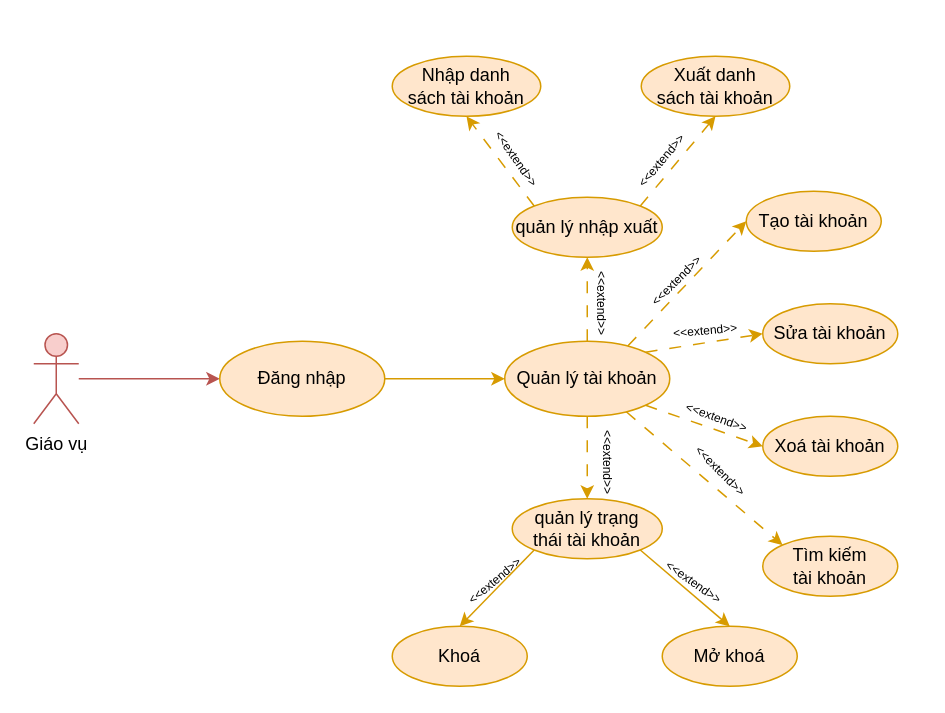
Before: document/temp/draw/usecase_phanra/usecase_taikhoan.drawio in copecute/Edudex-Quiz, a draw.io diagram. Source tidied: cells renumbered, new cells numbered last; positions are measured from the earlier drawing's top-left corner, leaving out a move shared by most shapes. Both pictures are drawn from the tidied source at 150%, with x=0, y=0 at pixel (33, 56).
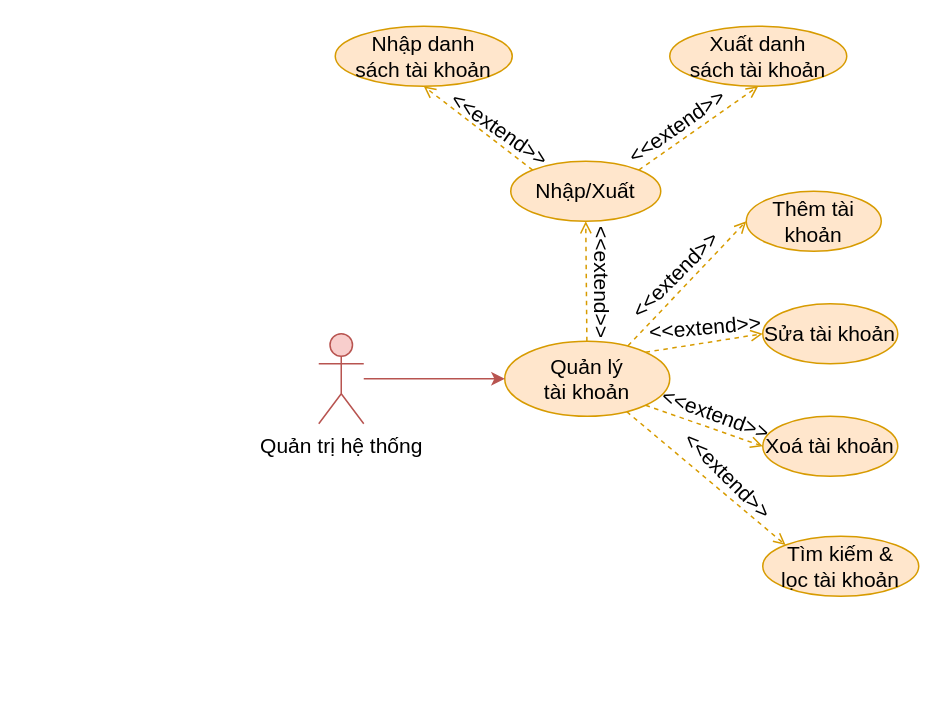
The same diagram, later.

What changed in the source:
```diff
@@
-    <mxCell id="2" style="rounded=0;jettySize=auto;html=1;entryX=0;entryY=0;entryDx=0;entryDy=0;fillColor=#ffe6cc;strokeColor=#d79b00;dashed=1;dashPattern=8 8;" parent="1" edge="1" source="5" target="12">
-      <mxGeometry relative="1" as="geometry" />
-    </mxCell>
-    <mxCell id="3" style="edgeStyle=orthogonalEdgeStyle;rounded=0;jettySize=auto;html=1;entryX=0.5;entryY=0;entryDx=0;entryDy=0;fillColor=#ffe6cc;strokeColor=#d79b00;dashed=1;dashPattern=8 8;" parent="1" edge="1" source="5" target="19">
-      <mxGeometry relative="1" as="geometry" />
-    </mxCell>
-    <mxCell id="4" style="rounded=0;jettySize=auto;html=1;entryX=0.5;entryY=1;entryDx=0;entryDy=0;fillColor=#ffe6cc;strokeColor=#d79b00;dashed=1;dashPattern=8 8;" parent="1" edge="1" source="5" target="27">
-      <mxGeometry relative="1" as="geometry" />
-    </mxCell>
+    <mxCell id="37" style="rounded=0;jettySize=auto;html=1;entryX=0;entryY=0;entryDx=0;entryDy=0;fillColor=#ffe6cc;strokeColor=#d79b00;dashed=1;fontSize=14;endArrow=open;endFill=0;" parent="1" edge="1" source="5" target="41">
+      <mxGeometry relative="1" as="geometry" />
+    </mxCell>
+    <mxCell id="38" style="rounded=0;jettySize=auto;html=1;entryX=0.5;entryY=1;entryDx=0;entryDy=0;fillColor=#ffe6cc;strokeColor=#d79b00;dashed=1;fontSize=14;endArrow=open;endFill=0;" parent="1" edge="1" source="5" target="48">
+      <mxGeometry relative="1" as="geometry" />
+    </mxCell>
-    <mxCell id="5" value="Quản lý tài khoản" style="ellipse;whiteSpace=wrap;html=1;fillColor=#ffe6cc;strokeColor=#d79b00;" parent="1" vertex="1">
+    <mxCell id="5" value="Quản lý&lt;br&gt;tài khoản" style="ellipse;whiteSpace=wrap;html=1;fillColor=#ffe6cc;strokeColor=#d79b00;fontSize=14;" parent="1" vertex="1">
       <mxGeometry x="314" y="190" width="110" height="50" as="geometry" />
     </mxCell>
-    <mxCell id="6" style="rounded=0;jettySize=auto;html=1;entryX=0;entryY=0.5;entryDx=0;entryDy=0;fillColor=#ffe6cc;strokeColor=#d79b00;exitX=0.747;exitY=0.061;exitDx=0;exitDy=0;exitPerimeter=0;dashed=1;dashPattern=8 8;" parent="1" edge="1" source="5" target="9">
-      <mxGeometry relative="1" as="geometry" />
-    </mxCell>
+    <mxCell id="39" style="rounded=0;jettySize=auto;html=1;entryX=0;entryY=0.5;entryDx=0;entryDy=0;fillColor=#ffe6cc;strokeColor=#d79b00;exitX=0.747;exitY=0.061;exitDx=0;exitDy=0;exitPerimeter=0;dashed=1;fontSize=14;endArrow=open;endFill=0;" parent="1" edge="1" source="5" target="40">
+      <mxGeometry relative="1" as="geometry" />
+    </mxCell>
-    <mxCell id="7" style="rounded=0;jettySize=auto;html=1;entryX=0;entryY=0.5;entryDx=0;entryDy=0;fillColor=#ffe6cc;strokeColor=#d79b00;exitX=1;exitY=0;exitDx=0;exitDy=0;dashed=1;dashPattern=8 8;" parent="1" edge="1" source="5" target="10">
+    <mxCell id="7" style="rounded=0;jettySize=auto;html=1;entryX=0;entryY=0.5;entryDx=0;entryDy=0;fillColor=#ffe6cc;strokeColor=#d79b00;exitX=1;exitY=0;exitDx=0;exitDy=0;dashed=1;fontSize=14;endArrow=open;endFill=0;" parent="1" edge="1" source="5" target="10">
       <mxGeometry relative="1" as="geometry" />
     </mxCell>
-    <mxCell id="8" style="rounded=0;jettySize=auto;html=1;exitX=1;exitY=1;exitDx=0;exitDy=0;entryX=0;entryY=0.5;entryDx=0;entryDy=0;fillColor=#ffe6cc;strokeColor=#d79b00;dashed=1;dashPattern=8 8;" parent="1" edge="1" source="5" target="11">
+    <mxCell id="8" style="rounded=0;jettySize=auto;html=1;exitX=1;exitY=1;exitDx=0;exitDy=0;entryX=0;entryY=0.5;entryDx=0;entryDy=0;fillColor=#ffe6cc;strokeColor=#d79b00;dashed=1;fontSize=14;endArrow=open;endFill=0;" parent="1" edge="1" source="5" target="11">
       <mxGeometry relative="1" as="geometry" />
     </mxCell>
-    <mxCell id="9" value="Tạo tài khoản" style="ellipse;whiteSpace=wrap;html=1;fillColor=#ffe6cc;strokeColor=#d79b00;" parent="1" vertex="1">
-      <mxGeometry x="475" y="90" width="90" height="40" as="geometry" />
-    </mxCell>
+    <mxCell id="40" value="Thêm tài khoản" style="ellipse;whiteSpace=wrap;html=1;fillColor=#ffe6cc;strokeColor=#d79b00;fontSize=14;" parent="1" vertex="1">
+      <mxGeometry x="475" y="90" width="90" height="40" as="geometry" />
+    </mxCell>
-    <mxCell id="10" value="Sửa tài khoản" style="ellipse;whiteSpace=wrap;html=1;fillColor=#ffe6cc;strokeColor=#d79b00;" parent="1" vertex="1">
+    <mxCell id="10" value="Sửa tài khoản" style="ellipse;whiteSpace=wrap;html=1;fillColor=#ffe6cc;strokeColor=#d79b00;fontSize=14;" parent="1" vertex="1">
       <mxGeometry x="486" y="165" width="90" height="40" as="geometry" />
     </mxCell>
-    <mxCell id="11" value="Xoá tài khoản" style="ellipse;whiteSpace=wrap;html=1;fillColor=#ffe6cc;strokeColor=#d79b00;" parent="1" vertex="1">
+    <mxCell id="11" value="Xoá tài khoản" style="ellipse;whiteSpace=wrap;html=1;fillColor=#ffe6cc;strokeColor=#d79b00;fontSize=14;" parent="1" vertex="1">
       <mxGeometry x="486" y="240" width="90" height="40" as="geometry" />
     </mxCell>
-    <mxCell id="12" value="Tìm kiếm&lt;br&gt;tài khoản" style="ellipse;whiteSpace=wrap;html=1;fillColor=#ffe6cc;strokeColor=#d79b00;" parent="1" vertex="1">
-      <mxGeometry x="486" y="320" width="90" height="40" as="geometry" />
-    </mxCell>
-    <mxCell id="13" value="&lt;font style=&quot;font-size: 8px;&quot;&gt;&amp;lt;&amp;lt;extend&amp;gt;&amp;gt;&lt;/font&gt;" style="text;html=1;strokeColor=none;fillColor=none;align=center;verticalAlign=middle;whiteSpace=wrap;rounded=0;rotation=-45;" parent="1" vertex="1">
-      <mxGeometry x="398" y="134" width="60" height="30" as="geometry" />
-    </mxCell>
-    <mxCell id="14" value="&lt;font style=&quot;font-size: 8px;&quot;&gt;&amp;lt;&amp;lt;extend&amp;gt;&amp;gt;&lt;/font&gt;" style="text;html=1;strokeColor=none;fillColor=none;align=center;verticalAlign=middle;whiteSpace=wrap;rounded=0;rotation=-5;" parent="1" vertex="1">
-      <mxGeometry x="418" y="167" width="60" height="30" as="geometry" />
-    </mxCell>
-    <mxCell id="15" value="&lt;font style=&quot;font-size: 8px;&quot;&gt;&amp;lt;&amp;lt;extend&amp;gt;&amp;gt;&lt;/font&gt;" style="text;html=1;strokeColor=none;fillColor=none;align=center;verticalAlign=middle;whiteSpace=wrap;rounded=0;rotation=20;" parent="1" vertex="1">
-      <mxGeometry x="426" y="225" width="60" height="30" as="geometry" />
-    </mxCell>
-    <mxCell id="16" value="&lt;font style=&quot;font-size: 8px;&quot;&gt;&amp;lt;&amp;lt;extend&amp;gt;&amp;gt;&lt;/font&gt;" style="text;html=1;strokeColor=none;fillColor=none;align=center;verticalAlign=middle;whiteSpace=wrap;rounded=0;rotation=45;" parent="1" vertex="1">
-      <mxGeometry x="429" y="261" width="60" height="30" as="geometry" />
-    </mxCell>
-    <mxCell id="17" style="rounded=0;jettySize=auto;html=1;exitX=0;exitY=1;exitDx=0;exitDy=0;entryX=0.5;entryY=0;entryDx=0;entryDy=0;fillColor=#ffe6cc;strokeColor=#d79b00;" parent="1" edge="1" source="19" target="21">
-      <mxGeometry relative="1" as="geometry" />
-    </mxCell>
-    <mxCell id="18" style="rounded=0;jettySize=auto;html=1;exitX=1;exitY=1;exitDx=0;exitDy=0;entryX=0.5;entryY=0;entryDx=0;entryDy=0;fillColor=#ffe6cc;strokeColor=#d79b00;" parent="1" edge="1" source="19" target="22">
-      <mxGeometry relative="1" as="geometry" />
-    </mxCell>
-    <mxCell id="19" value="quản lý trạng&lt;br&gt;thái tài khoản" style="ellipse;whiteSpace=wrap;html=1;fillColor=#ffe6cc;strokeColor=#d79b00;" parent="1" vertex="1">
-      <mxGeometry x="319" y="295" width="100" height="40" as="geometry" />
-    </mxCell>
-    <mxCell id="20" value="&lt;font style=&quot;font-size: 8px;&quot;&gt;&amp;lt;&amp;lt;extend&amp;gt;&amp;gt;&lt;/font&gt;" style="text;html=1;strokeColor=none;fillColor=none;align=center;verticalAlign=middle;whiteSpace=wrap;rounded=0;rotation=90;" parent="1" vertex="1">
-      <mxGeometry x="354" y="256" width="60" height="30" as="geometry" />
-    </mxCell>
-    <mxCell id="21" value="Khoá" style="ellipse;whiteSpace=wrap;html=1;fillColor=#ffe6cc;strokeColor=#d79b00;" parent="1" vertex="1">
-      <mxGeometry x="239" y="380" width="90" height="40" as="geometry" />
-    </mxCell>
-    <mxCell id="22" value="Mở khoá" style="ellipse;whiteSpace=wrap;html=1;fillColor=#ffe6cc;strokeColor=#d79b00;" parent="1" vertex="1">
-      <mxGeometry x="419" y="380" width="90" height="40" as="geometry" />
-    </mxCell>
-    <mxCell id="23" value="&lt;font style=&quot;font-size: 8px;&quot;&gt;&amp;lt;&amp;lt;extend&amp;gt;&amp;gt;&lt;/font&gt;" style="text;html=1;strokeColor=none;fillColor=none;align=center;verticalAlign=middle;whiteSpace=wrap;rounded=0;rotation=-40;" parent="1" vertex="1">
-      <mxGeometry x="277" y="334" width="60" height="30" as="geometry" />
-    </mxCell>
-    <mxCell id="24" value="&lt;font style=&quot;font-size: 8px;&quot;&gt;&amp;lt;&amp;lt;extend&amp;gt;&amp;gt;&lt;/font&gt;" style="text;html=1;strokeColor=none;fillColor=none;align=center;verticalAlign=middle;whiteSpace=wrap;rounded=0;rotation=35;" parent="1" vertex="1">
-      <mxGeometry x="411" y="335" width="60" height="30" as="geometry" />
-    </mxCell>
-    <mxCell id="25" style="rounded=0;jettySize=auto;html=1;exitX=0;exitY=0;exitDx=0;exitDy=0;entryX=0.5;entryY=1;entryDx=0;entryDy=0;dashed=1;dashPattern=8 8;fillColor=#ffe6cc;strokeColor=#d79b00;" parent="1" edge="1" source="27" target="30">
-      <mxGeometry relative="1" as="geometry" />
-    </mxCell>
-    <mxCell id="26" style="rounded=0;jettySize=auto;html=1;exitX=1;exitY=0;exitDx=0;exitDy=0;entryX=0.5;entryY=1;entryDx=0;entryDy=0;dashed=1;dashPattern=8 8;fillColor=#ffe6cc;strokeColor=#d79b00;" parent="1" edge="1" source="27" target="29">
-      <mxGeometry relative="1" as="geometry" />
-    </mxCell>
-    <mxCell id="27" value="quản lý nhập xuất" style="ellipse;whiteSpace=wrap;html=1;fillColor=#ffe6cc;strokeColor=#d79b00;" parent="1" vertex="1">
-      <mxGeometry x="319" y="94" width="100" height="40" as="geometry" />
-    </mxCell>
-    <mxCell id="28" value="&lt;font style=&quot;font-size: 8px;&quot;&gt;&amp;lt;&amp;lt;extend&amp;gt;&amp;gt;&lt;/font&gt;" style="text;html=1;strokeColor=none;fillColor=none;align=center;verticalAlign=middle;whiteSpace=wrap;rounded=0;rotation=90;" parent="1" vertex="1">
-      <mxGeometry x="350" y="150" width="60" height="30" as="geometry" />
-    </mxCell>
+    <mxCell id="41" value="Tìm kiếm &amp;amp;&lt;br&gt;lọc tài khoản" style="ellipse;whiteSpace=wrap;html=1;fillColor=#ffe6cc;strokeColor=#d79b00;fontSize=14;" parent="1" vertex="1">
+      <mxGeometry x="486" y="320" width="104" height="40" as="geometry" />
+    </mxCell>
+    <mxCell id="42" value="&lt;font style=&quot;font-size: 14px;&quot;&gt;&amp;lt;&amp;lt;extend&amp;gt;&amp;gt;&lt;/font&gt;" style="text;html=1;strokeColor=none;fillColor=none;align=center;verticalAlign=middle;whiteSpace=wrap;rounded=0;rotation=-45;fontSize=14;" parent="1" vertex="1">
+      <mxGeometry x="398" y="131" width="60" height="30" as="geometry" />
+    </mxCell>
+    <mxCell id="43" value="&lt;font style=&quot;font-size: 14px;&quot;&gt;&amp;lt;&amp;lt;extend&amp;gt;&amp;gt;&lt;/font&gt;" style="text;html=1;strokeColor=none;fillColor=none;align=center;verticalAlign=middle;whiteSpace=wrap;rounded=0;rotation=-5;fontSize=14;" parent="1" vertex="1">
+      <mxGeometry x="418" y="166" width="60" height="30" as="geometry" />
+    </mxCell>
+    <mxCell id="44" value="&lt;font style=&quot;font-size: 14px;&quot;&gt;&amp;lt;&amp;lt;extend&amp;gt;&amp;gt;&lt;/font&gt;" style="text;html=1;strokeColor=none;fillColor=none;align=center;verticalAlign=middle;whiteSpace=wrap;rounded=0;rotation=20;fontSize=14;" parent="1" vertex="1">
+      <mxGeometry x="425" y="224" width="60" height="30" as="geometry" />
+    </mxCell>
+    <mxCell id="45" value="&lt;font style=&quot;font-size: 14px;&quot;&gt;&amp;lt;&amp;lt;extend&amp;gt;&amp;gt;&lt;/font&gt;" style="text;html=1;strokeColor=none;fillColor=none;align=center;verticalAlign=middle;whiteSpace=wrap;rounded=0;rotation=45;fontSize=14;" parent="1" vertex="1">
+      <mxGeometry x="433" y="265" width="60" height="30" as="geometry" />
+    </mxCell>
+    <mxCell id="46" style="rounded=0;jettySize=auto;html=1;exitX=0;exitY=0;exitDx=0;exitDy=0;dashed=1;fillColor=#ffe6cc;strokeColor=#d79b00;fontSize=14;endArrow=open;endFill=0;" parent="1" edge="1" source="48">
+      <mxGeometry relative="1" as="geometry">
+        <mxPoint x="260" y="20" as="targetPoint" />
+      </mxGeometry>
+    </mxCell>
+    <mxCell id="47" style="rounded=0;jettySize=auto;html=1;exitX=1;exitY=0;exitDx=0;exitDy=0;dashed=1;fillColor=#ffe6cc;strokeColor=#d79b00;fontSize=14;entryX=0.5;entryY=1;entryDx=0;entryDy=0;endArrow=open;endFill=0;" parent="1" edge="1" source="48" target="29">
+      <mxGeometry relative="1" as="geometry" />
+    </mxCell>
+    <mxCell id="48" value="Nhập/Xuất" style="ellipse;whiteSpace=wrap;html=1;fillColor=#ffe6cc;strokeColor=#d79b00;fontSize=14;" parent="1" vertex="1">
+      <mxGeometry x="318" y="70" width="100" height="40" as="geometry" />
+    </mxCell>
+    <mxCell id="49" value="&lt;font style=&quot;font-size: 14px;&quot;&gt;&amp;lt;&amp;lt;extend&amp;gt;&amp;gt;&lt;/font&gt;" style="text;html=1;strokeColor=none;fillColor=none;align=center;verticalAlign=middle;whiteSpace=wrap;rounded=0;rotation=90;fontSize=14;" parent="1" vertex="1">
+      <mxGeometry x="349" y="136" width="60" height="30" as="geometry" />
+    </mxCell>
+    <mxCell id="30" value="Nhập danh&lt;br style=&quot;font-size: 14px;&quot;&gt;sách tài khoản" style="ellipse;whiteSpace=wrap;html=1;fillColor=#ffe6cc;strokeColor=#d79b00;fontSize=14;" parent="1" vertex="1">
+      <mxGeometry x="201" y="-20" width="118" height="40" as="geometry" />
+    </mxCell>
+    <mxCell id="50" value="&lt;font style=&quot;font-size: 14px;&quot;&gt;&amp;lt;&amp;lt;extend&amp;gt;&amp;gt;&lt;/font&gt;" style="text;html=1;strokeColor=none;fillColor=none;align=center;verticalAlign=middle;whiteSpace=wrap;rounded=0;rotation=35;fontSize=14;" parent="1" vertex="1">
+      <mxGeometry x="281" y="34" width="60" height="30" as="geometry" />
+    </mxCell>
+    <mxCell id="51" value="&lt;font style=&quot;font-size: 14px;&quot;&gt;&amp;lt;&amp;lt;extend&amp;gt;&amp;gt;&lt;/font&gt;" style="text;html=1;strokeColor=none;fillColor=none;align=center;verticalAlign=middle;whiteSpace=wrap;rounded=0;rotation=-35;fontSize=14;" parent="1" vertex="1">
+      <mxGeometry x="399" y="32" width="60" height="30" as="geometry" />
+    </mxCell>
+    <mxCell id="52" style="rounded=0;jettySize=auto;html=1;entryX=0;entryY=0.5;entryDx=0;entryDy=0;fillColor=#f8cecc;strokeColor=#b85450;fontSize=14;" parent="1" edge="1" source="53">
+      <mxGeometry relative="1" as="geometry">
+        <mxPoint x="314" y="215" as="targetPoint" />
+      </mxGeometry>
+    </mxCell>
+    <mxCell id="53" value="Quản trị hệ thống" style="shape=umlActor;verticalLabelPosition=bottom;verticalAlign=top;html=1;outlineConnect=0;fillColor=#f8cecc;strokeColor=#b85450;fontSize=14;" parent="1" vertex="1">
+      <mxGeometry x="190" y="185" width="30" height="60" as="geometry" />
+    </mxCell>
-    <mxCell id="29" value="Xuất danh&lt;br&gt;sách tài khoản" style="ellipse;whiteSpace=wrap;html=1;fillColor=#ffe6cc;strokeColor=#d79b00;" parent="1" vertex="1">
-      <mxGeometry x="405" width="99" height="40" as="geometry" />
+    <mxCell id="29" value="Xuất danh&lt;br style=&quot;font-size: 14px;&quot;&gt;sách tài khoản" style="ellipse;whiteSpace=wrap;html=1;fillColor=#ffe6cc;strokeColor=#d79b00;fontSize=14;" parent="1" vertex="1">
+      <mxGeometry x="424" y="-20" width="118" height="40" as="geometry" />
     </mxCell>
-    <mxCell id="30" value="Nhập danh&lt;br&gt;sách tài khoản" style="ellipse;whiteSpace=wrap;html=1;fillColor=#ffe6cc;strokeColor=#d79b00;" parent="1" vertex="1">
-      <mxGeometry x="239" width="99" height="40" as="geometry" />
-    </mxCell>
-    <mxCell id="31" value="&lt;font style=&quot;font-size: 8px;&quot;&gt;&amp;lt;&amp;lt;extend&amp;gt;&amp;gt;&lt;/font&gt;" style="text;html=1;strokeColor=none;fillColor=none;align=center;verticalAlign=middle;whiteSpace=wrap;rounded=0;rotation=55;" parent="1" vertex="1">
-      <mxGeometry x="293" y="53" width="60" height="30" as="geometry" />
-    </mxCell>
-    <mxCell id="32" value="&lt;font style=&quot;font-size: 8px;&quot;&gt;&amp;lt;&amp;lt;extend&amp;gt;&amp;gt;&lt;/font&gt;" style="text;html=1;strokeColor=none;fillColor=none;align=center;verticalAlign=middle;whiteSpace=wrap;rounded=0;rotation=-50;" parent="1" vertex="1">
-      <mxGeometry x="388" y="54" width="60" height="30" as="geometry" />
-    </mxCell>
-    <mxCell id="33" style="rounded=0;jettySize=auto;html=1;entryX=0;entryY=0.5;entryDx=0;entryDy=0;fillColor=#f8cecc;strokeColor=#b85450;" parent="1" edge="1" source="34" target="36">
-      <mxGeometry relative="1" as="geometry" />
-    </mxCell>
-    <mxCell id="34" value="Giáo vụ" style="shape=umlActor;verticalLabelPosition=bottom;verticalAlign=top;html=1;outlineConnect=0;fillColor=#f8cecc;strokeColor=#b85450;" parent="1" vertex="1">
-      <mxGeometry y="185" width="30" height="60" as="geometry" />
-    </mxCell>
-    <mxCell id="35" style="edgeStyle=orthogonalEdgeStyle;rounded=0;jettySize=auto;html=1;entryX=0;entryY=0.5;entryDx=0;entryDy=0;fillColor=#ffe6cc;strokeColor=#d79b00;" parent="1" edge="1" source="36">
-      <mxGeometry relative="1" as="geometry">
-        <mxPoint x="314" y="215" as="targetPoint" />
-      </mxGeometry>
-    </mxCell>
-    <mxCell id="36" value="Đăng nhập" style="ellipse;whiteSpace=wrap;html=1;fillColor=#ffe6cc;strokeColor=#d79b00;" parent="1" vertex="1">
-      <mxGeometry x="124" y="190" width="110" height="50" as="geometry" />
-    </mxCell>
```
